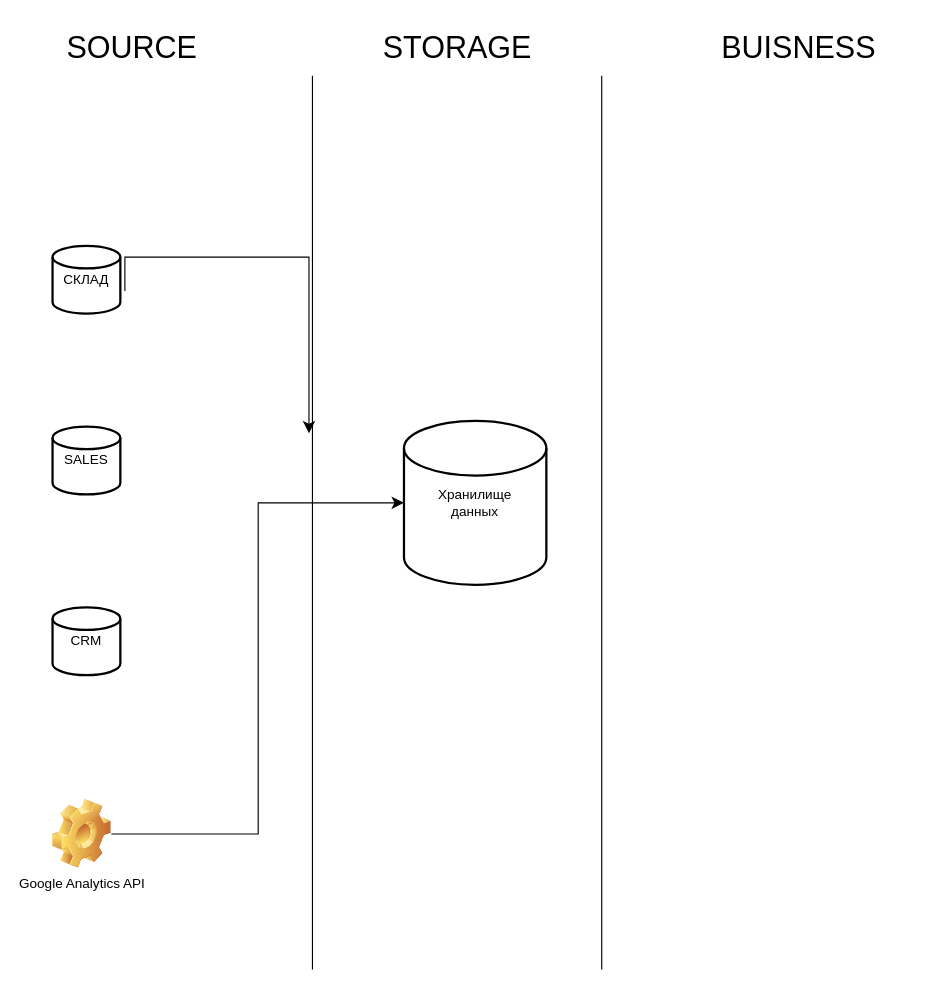
This is Module01/Диаграмма без названия.drawio from Mvsia/DE-101, a draw.io file, before an edit. Source tidied: cells renumbered, new cells numbered last; positions are measured from the earlier drawing's top-left corner, leaving out a move shared by most shapes. Both pictures are drawn from the tidied source at 113%, with x=0, y=0 at pixel (52, 19).
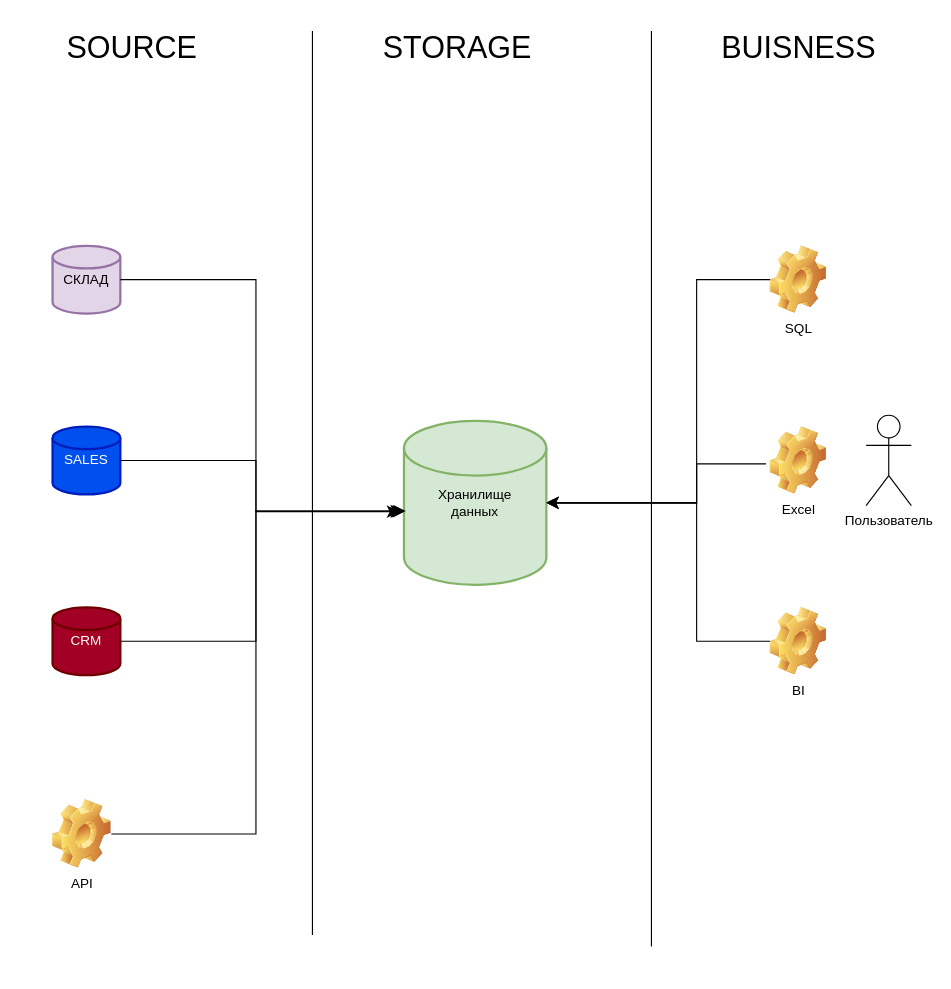
Above is the later version.

Change to the diagram source:
```diff
@@
-    <mxCell id="2" value="Хранилище&lt;br&gt;данных" style="strokeWidth=2;html=1;shape=mxgraph.flowchart.database;whiteSpace=wrap;" parent="1" vertex="1">
+    <mxCell id="2" value="Хранилище&lt;br&gt;данных" style="strokeWidth=2;html=1;shape=mxgraph.flowchart.database;whiteSpace=wrap;fillColor=#d5e8d4;strokeColor=#82b366;" parent="1" vertex="1">
       <mxGeometry x="311" y="355" width="126" height="145" as="geometry" />
     </mxCell>
-    <mxCell id="3" value="СКЛАД" style="strokeWidth=2;html=1;shape=mxgraph.flowchart.database;whiteSpace=wrap;" parent="1" vertex="1">
+    <mxCell id="3" value="СКЛАД" style="strokeWidth=2;html=1;shape=mxgraph.flowchart.database;whiteSpace=wrap;fillColor=#e1d5e7;strokeColor=#9673a6;" parent="1" vertex="1">
       <mxGeometry y="200" width="60" height="60" as="geometry" />
     </mxCell>
-    <mxCell id="4" value="SALES" style="strokeWidth=2;html=1;shape=mxgraph.flowchart.database;whiteSpace=wrap;" parent="1" vertex="1">
+    <mxCell id="4" value="SALES" style="strokeWidth=2;html=1;shape=mxgraph.flowchart.database;whiteSpace=wrap;fillColor=#0050ef;fontColor=#ffffff;strokeColor=#001DBC;" parent="1" vertex="1">
       <mxGeometry y="360" width="60" height="60" as="geometry" />
     </mxCell>
-    <mxCell id="5" value="CRM" style="strokeWidth=2;html=1;shape=mxgraph.flowchart.database;whiteSpace=wrap;" parent="1" vertex="1">
+    <mxCell id="5" value="CRM" style="strokeWidth=2;html=1;shape=mxgraph.flowchart.database;whiteSpace=wrap;fillColor=#a20025;fontColor=#ffffff;strokeColor=#6F0000;" parent="1" vertex="1">
       <mxGeometry y="520" width="60" height="60" as="geometry" />
     </mxCell>
-    <mxCell id="6" value="Google Analytics API" style="shape=image;html=1;verticalLabelPosition=bottom;verticalAlign=top;imageAspect=1;image=img/clipart/Gear_128x128.png;" parent="1" vertex="1">
+    <mxCell id="6" value="API" style="shape=image;html=1;verticalLabelPosition=bottom;verticalAlign=top;imageAspect=1;image=img/clipart/Gear_128x128.png;" parent="1" vertex="1">
       <mxGeometry y="690" width="52" height="61" as="geometry" />
     </mxCell>
-    <mxCell id="7" style="edgeStyle=elbowEdgeStyle;elbow=horizontal;endArrow=classic;html=1;curved=0;rounded=0;endSize=8;startSize=8;exitX=1;exitY=0.5;exitDx=0;exitDy=0;" parent="1" edge="1" source="6" target="2">
-      <mxGeometry relative="1" as="geometry" />
-    </mxCell>
-    <mxCell id="8" style="shape=partialRectangle;whiteSpace=wrap;html=1;bottom=0;top=0;fillColor=none;" parent="1" vertex="1">
-      <mxGeometry x="230" y="50" width="256" height="790" as="geometry" />
-    </mxCell>
-    <mxCell id="9" style="edgeStyle=elbowEdgeStyle;elbow=vertical;endArrow=classic;html=1;curved=0;rounded=0;endSize=8;startSize=8;exitX=1.067;exitY=0.667;exitDx=0;exitDy=0;exitPerimeter=0;entryX=-0.012;entryY=0.4;entryDx=0;entryDy=0;entryPerimeter=0;" parent="1" edge="1" source="3" target="8">
-      <mxGeometry relative="1" as="geometry">
-        <Array as="points">
-          <mxPoint x="130" y="210" />
-        </Array>
-      </mxGeometry>
-    </mxCell>
@@
+    <mxCell id="13" style="endArrow=none;html=1;rounded=0;" parent="1" edge="1">
+      <mxGeometry relative="1" as="geometry">
+        <mxPoint x="230" y="810" as="sourcePoint" />
+        <mxPoint x="230" y="10" as="targetPoint" />
+      </mxGeometry>
+    </mxCell>
+    <mxCell id="14" style="endArrow=none;html=1;rounded=0;" parent="1" edge="1">
+      <mxGeometry relative="1" as="geometry">
+        <mxPoint x="530" y="820" as="sourcePoint" />
+        <mxPoint x="530" y="10" as="targetPoint" />
+      </mxGeometry>
+    </mxCell>
+    <mxCell id="15" style="edgeStyle=elbowEdgeStyle;elbow=horizontal;endArrow=classic;html=1;curved=0;rounded=0;endSize=8;startSize=8;exitX=1;exitY=0.5;exitDx=0;exitDy=0;" parent="1" edge="1" source="6">
+      <mxGeometry relative="1" as="geometry">
+        <mxPoint x="310" y="435" as="targetPoint" />
+        <Array as="points">
+          <mxPoint x="180" y="430" />
+        </Array>
+      </mxGeometry>
+    </mxCell>
+    <mxCell id="16" style="edgeStyle=elbowEdgeStyle;elbow=horizontal;endArrow=classic;html=1;curved=0;rounded=0;endSize=8;startSize=8;exitX=1;exitY=0.5;exitDx=0;exitDy=0;exitPerimeter=0;entryX=0;entryY=0.552;entryDx=0;entryDy=0;entryPerimeter=0;" parent="1" edge="1" source="3" target="2">
+      <mxGeometry relative="1" as="geometry">
+        <Array as="points">
+          <mxPoint x="180" y="330" />
+        </Array>
+      </mxGeometry>
+    </mxCell>
+    <mxCell id="17" style="edgeStyle=elbowEdgeStyle;elbow=horizontal;endArrow=classic;html=1;curved=0;rounded=0;endSize=8;startSize=8;exitX=1;exitY=0.5;exitDx=0;exitDy=0;exitPerimeter=0;entryX=0.012;entryY=0.55;entryDx=0;entryDy=0;entryPerimeter=0;" parent="1" edge="1" source="5" target="2">
+      <mxGeometry relative="1" as="geometry">
+        <Array as="points">
+          <mxPoint x="180" y="430" />
+        </Array>
+      </mxGeometry>
+    </mxCell>
+    <mxCell id="18" style="edgeStyle=elbowEdgeStyle;elbow=horizontal;endArrow=classic;html=1;curved=0;rounded=0;endSize=8;startSize=8;exitX=1;exitY=0.5;exitDx=0;exitDy=0;exitPerimeter=0;entryX=-0.033;entryY=0.554;entryDx=0;entryDy=0;entryPerimeter=0;" parent="1" edge="1" source="4" target="2">
+      <mxGeometry relative="1" as="geometry">
+        <Array as="points">
+          <mxPoint x="180" y="410" />
+        </Array>
+      </mxGeometry>
+    </mxCell>
+    <mxCell id="19" value="SQL" style="shape=image;html=1;verticalLabelPosition=bottom;verticalAlign=top;imageAspect=0;image=img/clipart/Gear_128x128.png;" parent="1" vertex="1">
+      <mxGeometry x="635" y="200" width="50" height="60" as="geometry" />
+    </mxCell>
+    <mxCell id="20" value="Excel" style="shape=image;html=1;verticalLabelPosition=bottom;verticalAlign=top;imageAspect=0;image=img/clipart/Gear_128x128.png;" parent="1" vertex="1">
+      <mxGeometry x="635" y="360" width="50" height="60" as="geometry" />
+    </mxCell>
+    <mxCell id="21" value="BI" style="shape=image;html=1;verticalLabelPosition=bottom;verticalAlign=top;imageAspect=0;image=img/clipart/Gear_128x128.png;" parent="1" vertex="1">
+      <mxGeometry x="635" y="520" width="50" height="60" as="geometry" />
+    </mxCell>
+    <mxCell id="22" value="Пользователь" style="shape=umlActor;verticalLabelPosition=bottom;verticalAlign=top;html=1;" parent="1" vertex="1">
+      <mxGeometry x="720" y="350" width="40" height="80" as="geometry" />
+    </mxCell>
+    <mxCell id="23" style="edgeStyle=elbowEdgeStyle;elbow=horizontal;endArrow=classic;html=1;curved=0;rounded=0;endSize=8;startSize=8;exitX=0;exitY=0.5;exitDx=0;exitDy=0;entryX=1;entryY=0.5;entryDx=0;entryDy=0;entryPerimeter=0;" parent="1" edge="1" source="19" target="2">
+      <mxGeometry relative="1" as="geometry">
+        <Array as="points">
+          <mxPoint x="570" y="330" />
+        </Array>
+      </mxGeometry>
+    </mxCell>
+    <mxCell id="24" style="edgeStyle=elbowEdgeStyle;elbow=horizontal;endArrow=classic;html=1;curved=0;rounded=0;endSize=8;startSize=8;exitX=-0.071;exitY=0.55;exitDx=0;exitDy=0;exitPerimeter=0;entryX=1;entryY=0.5;entryDx=0;entryDy=0;entryPerimeter=0;" parent="1" edge="1" source="20" target="2">
+      <mxGeometry relative="1" as="geometry">
+        <Array as="points">
+          <mxPoint x="570" y="410" />
+        </Array>
+      </mxGeometry>
+    </mxCell>
+    <mxCell id="25" style="edgeStyle=elbowEdgeStyle;elbow=horizontal;endArrow=classic;html=1;curved=0;rounded=0;endSize=8;startSize=8;exitX=0;exitY=0.5;exitDx=0;exitDy=0;entryX=1;entryY=0.5;entryDx=0;entryDy=0;entryPerimeter=0;" parent="1" edge="1" source="21" target="2">
+      <mxGeometry relative="1" as="geometry">
+        <Array as="points">
+          <mxPoint x="570" y="430" />
+        </Array>
+      </mxGeometry>
+    </mxCell>
```
